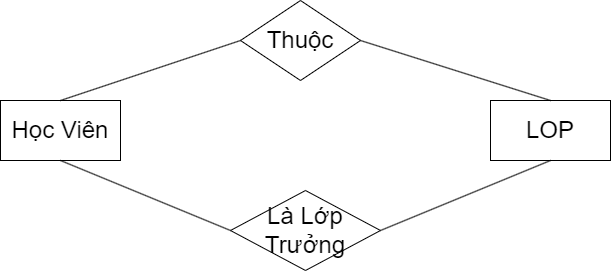
Above: VD2c (Chương 2).png in datnham0212/learning (draw.io), before the change. Source tidied: cells renumbered, new cells last; positions are measured from the earlier drawing's top-left corner, leaving out a move shared by most shapes. The source it was exported from:
```xml
<mxGraphModel>
  <root>
    <mxCell id="0" />
    <mxCell id="1" parent="0" />
    <mxCell id="2" value="Học Viên" style="rounded=0;whiteSpace=wrap;html=1;fontSize=24;" parent="1" vertex="1">
      <mxGeometry y="100" width="120" height="60" as="geometry" />
    </mxCell>
    <mxCell id="3" value="LOP" style="rounded=0;whiteSpace=wrap;html=1;fontSize=24;" parent="1" vertex="1">
      <mxGeometry x="490" y="100" width="120" height="60" as="geometry" />
    </mxCell>
    <mxCell id="4" value="Thuộc" style="rhombus;whiteSpace=wrap;html=1;fontSize=24;" parent="1" vertex="1">
      <mxGeometry x="240" width="120" height="80" as="geometry" />
    </mxCell>
    <mxCell id="5" value="Là Lớp Trưởng" style="rhombus;whiteSpace=wrap;html=1;fontSize=24;" parent="1" vertex="1">
      <mxGeometry x="230" y="190" width="150" height="80" as="geometry" />
    </mxCell>
    <mxCell id="6" style="endArrow=none;html=1;rounded=0;entryX=0;entryY=0.5;entryDx=0;entryDy=0;exitX=0.5;exitY=0;exitDx=0;exitDy=0;" parent="1" edge="1" source="2" target="4">
      <mxGeometry relative="1" as="geometry" />
    </mxCell>
    <mxCell id="7" style="endArrow=none;html=1;rounded=0;entryX=0.5;entryY=1;entryDx=0;entryDy=0;exitX=1;exitY=0.5;exitDx=0;exitDy=0;" parent="1" edge="1" source="5" target="3">
      <mxGeometry relative="1" as="geometry" />
    </mxCell>
    <mxCell id="8" style="endArrow=none;html=1;rounded=0;entryX=0;entryY=0.5;entryDx=0;entryDy=0;exitX=0.5;exitY=1;exitDx=0;exitDy=0;" parent="1" edge="1" source="2" target="5">
      <mxGeometry relative="1" as="geometry" />
    </mxCell>
    <mxCell id="9" style="endArrow=none;html=1;rounded=0;entryX=0.5;entryY=0;entryDx=0;entryDy=0;exitX=0.5;exitY=1;exitDx=0;exitDy=0;" parent="1" edge="1" target="3">
      <mxGeometry relative="1" as="geometry">
        <mxPoint x="360" y="40" as="sourcePoint" />
      </mxGeometry>
    </mxCell>
  </root>
</mxGraphModel>
```
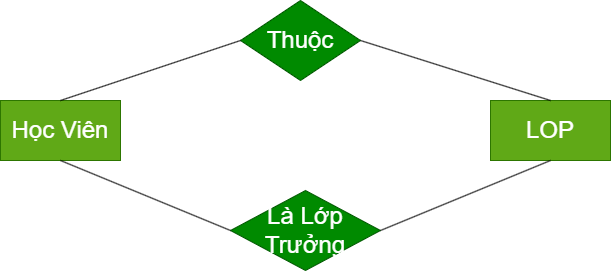
The same file after the commit.

The edit, as a diff of the source:
```diff
@@ -2,16 +2,16 @@
   <root>
     <mxCell id="0" />
     <mxCell id="1" parent="0" />
-    <mxCell id="2" value="Học Viên" style="rounded=0;whiteSpace=wrap;html=1;fontSize=24;" parent="1" vertex="1">
+    <mxCell id="2" value="Học Viên" style="rounded=0;whiteSpace=wrap;html=1;fontSize=24;fillColor=#60a917;fontColor=#ffffff;strokeColor=#2D7600;" parent="1" vertex="1">
       <mxGeometry y="100" width="120" height="60" as="geometry" />
     </mxCell>
-    <mxCell id="3" value="LOP" style="rounded=0;whiteSpace=wrap;html=1;fontSize=24;" parent="1" vertex="1">
+    <mxCell id="3" value="LOP" style="rounded=0;whiteSpace=wrap;html=1;fontSize=24;fillColor=#60a917;fontColor=#ffffff;strokeColor=#2D7600;" parent="1" vertex="1">
       <mxGeometry x="490" y="100" width="120" height="60" as="geometry" />
     </mxCell>
-    <mxCell id="4" value="Thuộc" style="rhombus;whiteSpace=wrap;html=1;fontSize=24;" parent="1" vertex="1">
+    <mxCell id="4" value="Thuộc" style="rhombus;whiteSpace=wrap;html=1;fontSize=24;fillColor=#008a00;fontColor=#ffffff;strokeColor=#005700;" parent="1" vertex="1">
       <mxGeometry x="240" width="120" height="80" as="geometry" />
     </mxCell>
-    <mxCell id="5" value="Là Lớp Trưởng" style="rhombus;whiteSpace=wrap;html=1;fontSize=24;" parent="1" vertex="1">
+    <mxCell id="5" value="Là Lớp Trưởng" style="rhombus;whiteSpace=wrap;html=1;fontSize=24;fillColor=#008a00;fontColor=#ffffff;strokeColor=#005700;" parent="1" vertex="1">
       <mxGeometry x="230" y="190" width="150" height="80" as="geometry" />
     </mxCell>
     <mxCell id="6" style="endArrow=none;html=1;rounded=0;entryX=0;entryY=0.5;entryDx=0;entryDy=0;exitX=0.5;exitY=0;exitDx=0;exitDy=0;" parent="1" edge="1" source="2" target="4">
```
